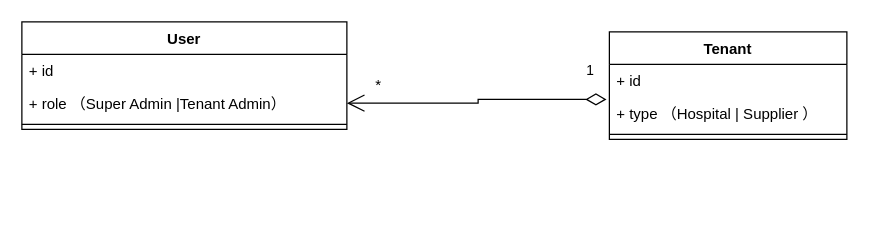
The draw.io diagram page "第 1 页" (1 of 2) of src/未命名绘图.drawio in moonflow/redux-rtk-session-demo, before the edit. Source tidied: cells renumbered, new cells numbered last; positions are measured from the earlier drawing's top-left corner, leaving out a move shared by most shapes. Both pictures are drawn from the tidied source at 125%, with x=0, y=0 at pixel (21, 21).
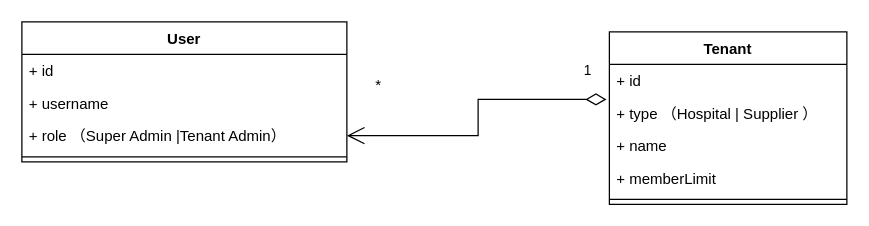
The same page after the edit.

Commit message (it also covers changes not shown here):
更新未命名绘图.drawio

The edit, as a diff of the source:
```diff
@@
 <mxGraphModel>
   <root>
     <mxCell id="0" />
     <mxCell id="1" parent="0" />
     <mxCell id="2" value="User" style="swimlane;fontStyle=1;align=center;verticalAlign=top;horizontal=1;startSize=26;whiteSpace=wrap;html=1;" parent="1" vertex="1">
-      <mxGeometry width="260" height="86" as="geometry" />
+      <mxGeometry width="260" height="112" as="geometry" />
     </mxCell>
     <mxCell id="3" value="+ id" style="text;strokeColor=none;fillColor=none;align=left;verticalAlign=top;spacingLeft=4;spacingRight=4;overflow=hidden;whiteSpace=wrap;html=1;" parent="2" vertex="1">
       <mxGeometry y="26" width="260" height="26" as="geometry" />
     </mxCell>
+    <mxCell id="12" value="+ username" style="text;strokeColor=none;fillColor=none;align=left;verticalAlign=top;spacingLeft=4;spacingRight=4;overflow=hidden;whiteSpace=wrap;html=1;" parent="2" vertex="1">
+      <mxGeometry y="52" width="260" height="26" as="geometry" />
+    </mxCell>
     <mxCell id="4" value="+ role （Super Admin |Tenant Admin）" style="text;strokeColor=none;fillColor=none;align=left;verticalAlign=top;spacingLeft=4;spacingRight=4;overflow=hidden;points=[[0,0.5],[1,0.5]];portConstraint=eastwest;whiteSpace=wrap;html=1;" parent="2" vertex="1">
-      <mxGeometry y="52" width="260" height="26" as="geometry" />
+      <mxGeometry y="78" width="260" height="26" as="geometry" />
     </mxCell>
     <mxCell id="5" style="line;strokeWidth=1;fillColor=none;align=left;verticalAlign=middle;spacingTop=-1;spacingLeft=3;spacingRight=3;labelPosition=right;strokeColor=inherit;" parent="2" vertex="1">
-      <mxGeometry y="78" width="260" height="8" as="geometry" />
+      <mxGeometry y="104" width="260" height="8" as="geometry" />
     </mxCell>
     <mxCell id="6" value="Tenant" style="swimlane;fontStyle=1;align=center;verticalAlign=top;horizontal=1;startSize=26;whiteSpace=wrap;html=1;" parent="1" vertex="1">
-      <mxGeometry x="470" y="8" width="190" height="86" as="geometry" />
+      <mxGeometry x="470" y="8" width="190" height="138" as="geometry" />
     </mxCell>
     <mxCell id="7" value="+ id" style="text;strokeColor=none;fillColor=none;align=left;verticalAlign=top;spacingLeft=4;spacingRight=4;overflow=hidden;whiteSpace=wrap;html=1;" parent="6" vertex="1">
       <mxGeometry y="26" width="190" height="26" as="geometry" />
     </mxCell>
-    <mxCell id="8" value="+ type （Hospital | Supplier ）" style="text;strokeColor=none;fillColor=none;align=left;verticalAlign=top;spacingLeft=4;spacingRight=4;overflow=hidden;points=[[0,0.5],[1,0.5]];portConstraint=eastwest;whiteSpace=wrap;html=1;" parent="6" vertex="1">
+    <mxCell id="8" value="+ type （Hospital | Supplier ）&lt;br&gt;" style="text;strokeColor=none;fillColor=none;align=left;verticalAlign=top;spacingLeft=4;spacingRight=4;overflow=hidden;points=[[0,0.5],[1,0.5]];portConstraint=eastwest;whiteSpace=wrap;html=1;" parent="6" vertex="1">
       <mxGeometry y="52" width="190" height="26" as="geometry" />
     </mxCell>
+    <mxCell id="13" value="+ name" style="text;strokeColor=none;fillColor=none;align=left;verticalAlign=top;spacingLeft=4;spacingRight=4;overflow=hidden;whiteSpace=wrap;html=1;" parent="6" vertex="1">
+      <mxGeometry y="78" width="190" height="26" as="geometry" />
+    </mxCell>
+    <mxCell id="14" value="+ memberLimit" style="text;strokeColor=none;fillColor=none;align=left;verticalAlign=top;spacingLeft=4;spacingRight=4;overflow=hidden;whiteSpace=wrap;html=1;" parent="6" vertex="1">
+      <mxGeometry y="104" width="190" height="26" as="geometry" />
+    </mxCell>
     <mxCell id="9" style="line;strokeWidth=1;fillColor=none;align=left;verticalAlign=middle;spacingTop=-1;spacingLeft=3;spacingRight=3;labelPosition=right;strokeColor=inherit;" parent="6" vertex="1">
-      <mxGeometry y="78" width="190" height="8" as="geometry" />
+      <mxGeometry y="130" width="190" height="8" as="geometry" />
     </mxCell>
     <mxCell id="10" value="1" style="endArrow=open;html=1;endSize=12;startArrow=diamondThin;startSize=14;startFill=0;edgeStyle=orthogonalEdgeStyle;align=left;verticalAlign=bottom;rounded=0;exitX=-0.012;exitY=0.077;exitDx=0;exitDy=0;exitPerimeter=0;entryX=1;entryY=0.5;entryDx=0;entryDy=0;" parent="1" edge="1" source="8" target="4">
       <mxGeometry x="-0.83" y="-14" relative="1" as="geometry" />
     </mxCell>
     <mxCell id="11" value="*" style="text;html=1;align=center;verticalAlign=middle;strokeColor=none;fillColor=none;" parent="1" vertex="1">
       <mxGeometry x="270" y="36" width="30" height="30" as="geometry" />
     </mxCell>
   </root>
 </mxGraphModel>
```
